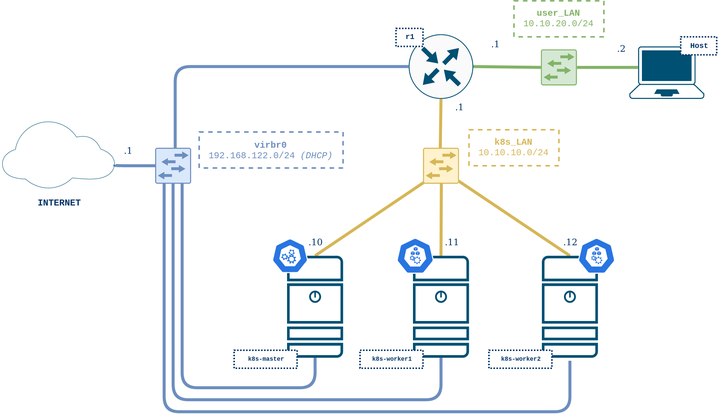
giros-dit/vnx-mec-k8s keeps this draw.io diagram as mec_k8s/docs/scenario.png. Above is the earlier version. Source tidied: cells renumbered, new cells last; positions are measured from the earlier drawing's top-left corner, leaving out a move shared by most shapes.
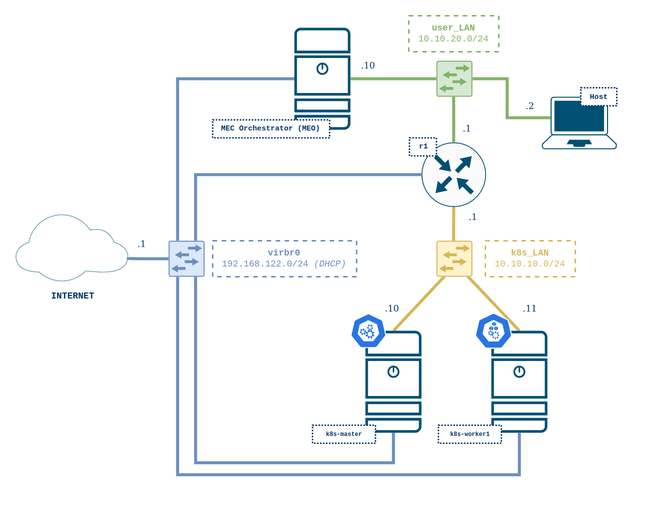
Above is the later version.

What changed in the source:
```diff
@@ -2,108 +2,80 @@
   <root>
     <mxCell id="0" />
     <mxCell id="1" parent="0" />
-    <mxCell id="2" style="edgeStyle=none;jettySize=auto;html=1;exitX=0.5;exitY=0;exitDx=0;exitDy=0;exitPerimeter=0;entryX=0.493;entryY=0.591;entryDx=0;entryDy=0;entryPerimeter=0;endArrow=none;strokeColor=#D6B656;strokeWidth=2;fontFamily=Helvetica;fontSize=12;fontColor=#000000;fillColor=#fff2cc;" parent="1" edge="1" source="4" target="29">
-      <mxGeometry relative="1" as="geometry" />
-    </mxCell>
-    <mxCell id="3" style="edgeStyle=orthogonalEdgeStyle;rounded=1;orthogonalLoop=1;jettySize=auto;html=1;exitX=0.5;exitY=1;exitDx=0;exitDy=0;exitPerimeter=0;entryX=0.25;entryY=0.5;entryDx=0;entryDy=0;entryPerimeter=0;fontSize=12;strokeColor=#6C8EBF;strokeWidth=2;fillColor=#e1d5e7;endArrow=none;" parent="1" edge="1">
-      <mxGeometry relative="1" as="geometry">
-        <mxPoint x="378.7" y="240" as="sourcePoint" />
-        <mxPoint x="108" y="112" as="targetPoint" />
-        <Array as="points">
-          <mxPoint x="379" y="274" />
-          <mxPoint x="108" y="274" />
-        </Array>
-      </mxGeometry>
-    </mxCell>
-    <mxCell id="4" style="points=[[0.015,0.015,0],[0.985,0.015,0],[0.985,0.985,0],[0.015,0.985,0],[0.25,0,0],[0.5,0,0],[0.75,0,0],[1,0.25,0],[1,0.5,0],[1,0.75,0],[0.75,1,0],[0.5,1,0],[0.25,1,0],[0,0.75,0],[0,0.5,0],[0,0.25,0]];verticalLabelPosition=bottom;html=1;verticalAlign=top;align=center;shape=mxgraph.cisco19.server;fillColor=#005073;strokeColor=none;" parent="1" vertex="1">
-      <mxGeometry x="360" y="170" width="37.4" height="68" as="geometry" />
-    </mxCell>
-    <mxCell id="5" style="edgeStyle=none;jettySize=auto;html=1;exitX=1;exitY=0.5;exitDx=0;exitDy=0;exitPerimeter=0;endArrow=none;strokeColor=#82b366;fontFamily=Helvetica;fontSize=12;fontColor=#000000;strokeWidth=2;fillColor=#d5e8d4;entryX=0.631;entryY=0.51;entryDx=0;entryDy=0;entryPerimeter=0;" parent="1" edge="1" source="8" target="30">
-      <mxGeometry relative="1" as="geometry" />
-    </mxCell>
     <mxCell id="6" style="edgeStyle=none;jettySize=auto;html=1;exitX=0.5;exitY=1;exitDx=0;exitDy=0;exitPerimeter=0;entryX=0.473;entryY=0.512;entryDx=0;entryDy=0;entryPerimeter=0;endArrow=none;strokeColor=#d6b656;strokeWidth=2;fontFamily=Helvetica;fontSize=12;fontColor=#000000;fillColor=#fff2cc;" parent="1" edge="1" source="8" target="29">
       <mxGeometry relative="1" as="geometry" />
     </mxCell>
-    <mxCell id="7" style="edgeStyle=orthogonalEdgeStyle;jettySize=auto;html=1;exitX=0;exitY=0.5;exitDx=0;exitDy=0;exitPerimeter=0;entryX=0.558;entryY=0.552;entryDx=0;entryDy=0;entryPerimeter=0;endArrow=none;strokeColor=#6C8EBF;strokeWidth=2;fontFamily=Helvetica;fontSize=12;fontColor=#000000;fillColor=#e1d5e7;" parent="1" edge="1" source="8" target="32">
+    <mxCell id="7" style="edgeStyle=orthogonalEdgeStyle;rounded=0;jettySize=auto;html=1;exitX=0;exitY=0.5;exitDx=0;exitDy=0;exitPerimeter=0;entryX=0.75;entryY=0;entryDx=0;entryDy=0;entryPerimeter=0;fontSize=12;strokeColor=#6C8EBF;strokeWidth=2;fillColor=#e1d5e7;endArrow=none;" parent="1" edge="1" source="8" target="32">
       <mxGeometry relative="1" as="geometry" />
     </mxCell>
     <mxCell id="8" style="points=[[0.5,0,0],[1,0.5,0],[0.5,1,0],[0,0.5,0],[0.145,0.145,0],[0.8555,0.145,0],[0.855,0.8555,0],[0.145,0.855,0]];verticalLabelPosition=bottom;html=1;verticalAlign=top;align=center;shape=mxgraph.cisco19.rect;prIcon=router;fillColor=#FAFAFA;strokeColor=#005073;" parent="1" vertex="1">
-      <mxGeometry x="271.2" y="22.3" width="43.1" height="43.1" as="geometry" />
+      <mxGeometry x="270.7" y="32.4" width="43.1" height="43.1" as="geometry" />
     </mxCell>
     <mxCell id="9" style="edgeStyle=none;jettySize=auto;html=1;exitX=0.5;exitY=0;exitDx=0;exitDy=0;exitPerimeter=0;endArrow=none;strokeColor=#d6b656;strokeWidth=2;fontFamily=Helvetica;fontSize=12;fontColor=#000000;entryX=0.512;entryY=0.611;entryDx=0;entryDy=0;entryPerimeter=0;fillColor=#fff2cc;" parent="1" edge="1" source="11" target="29">
       <mxGeometry relative="1" as="geometry" />
     </mxCell>
-    <mxCell id="10" style="edgeStyle=orthogonalEdgeStyle;rounded=1;jettySize=auto;html=1;exitX=0.5;exitY=1;exitDx=0;exitDy=0;exitPerimeter=0;entryX=0.498;entryY=0.512;entryDx=0;entryDy=0;entryPerimeter=0;endArrow=none;strokeColor=#6C8EBF;strokeWidth=2;fontFamily=Helvetica;fontSize=12;fontColor=#000000;fillColor=#e1d5e7;" parent="1" edge="1" source="11" target="32">
-      <mxGeometry relative="1" as="geometry">
-        <Array as="points">
-          <mxPoint x="293" y="266" />
-          <mxPoint x="114" y="266" />
-        </Array>
-      </mxGeometry>
-    </mxCell>
     <mxCell id="11" style="points=[[0.015,0.015,0],[0.985,0.015,0],[0.985,0.985,0],[0.015,0.985,0],[0.25,0,0],[0.5,0,0],[0.75,0,0],[1,0.25,0],[1,0.5,0],[1,0.75,0],[0.75,1,0],[0.5,1,0],[0.25,1,0],[0,0.75,0],[0,0.5,0],[0,0.25,0]];verticalLabelPosition=bottom;html=1;verticalAlign=top;align=center;shape=mxgraph.cisco19.server;fillColor=#005073;strokeColor=none;" parent="1" vertex="1">
-      <mxGeometry x="274" y="170" width="37.4" height="68" as="geometry" />
+      <mxGeometry x="317.3" y="158" width="37.4" height="68" as="geometry" />
     </mxCell>
     <mxCell id="12" style="edgeStyle=none;jettySize=auto;html=1;exitX=0.5;exitY=0;exitDx=0;exitDy=0;exitPerimeter=0;endArrow=none;strokeColor=#d6b656;strokeWidth=2;fontFamily=Helvetica;fontSize=12;fontColor=#000000;entryX=0.632;entryY=0.552;entryDx=0;entryDy=0;entryPerimeter=0;fillColor=#fff2cc;" parent="1" edge="1" source="14" target="29">
       <mxGeometry relative="1" as="geometry" />
     </mxCell>
-    <mxCell id="13" style="edgeStyle=orthogonalEdgeStyle;rounded=1;jettySize=auto;html=1;exitX=0.5;exitY=1;exitDx=0;exitDy=0;exitPerimeter=0;entryX=0.75;entryY=0.433;entryDx=0;entryDy=0;entryPerimeter=0;endArrow=none;strokeColor=#6C8EBF;strokeWidth=2;fontFamily=Helvetica;fontSize=12;fontColor=#000000;fillColor=#e1d5e7;" parent="1" edge="1" source="14" target="32">
+    <mxCell id="13" style="edgeStyle=orthogonalEdgeStyle;rounded=0;jettySize=auto;html=1;exitX=0.5;exitY=1;exitDx=0;exitDy=0;exitPerimeter=0;entryX=0.75;entryY=0.433;entryDx=0;entryDy=0;entryPerimeter=0;endArrow=none;strokeColor=#6C8EBF;strokeWidth=2;fontFamily=Helvetica;fontSize=12;fontColor=#000000;fillColor=#e1d5e7;" parent="1" edge="1" source="14" target="32">
       <mxGeometry relative="1" as="geometry" />
     </mxCell>
     <mxCell id="14" style="points=[[0.015,0.015,0],[0.985,0.015,0],[0.985,0.985,0],[0.015,0.985,0],[0.25,0,0],[0.5,0,0],[0.75,0,0],[1,0.25,0],[1,0.5,0],[1,0.75,0],[0.75,1,0],[0.5,1,0],[0.25,1,0],[0,0.75,0],[0,0.5,0],[0,0.25,0]];verticalLabelPosition=bottom;html=1;verticalAlign=top;align=center;shape=mxgraph.cisco19.server;fillColor=#005073;strokeColor=none;" parent="1" vertex="1">
-      <mxGeometry x="190" y="170" width="37.4" height="68" as="geometry" />
+      <mxGeometry x="233.3" y="158" width="37.4" height="68" as="geometry" />
     </mxCell>
     <mxCell id="15" value="&lt;p style=&quot;line-height: 100%&quot;&gt;&lt;font style=&quot;font-size: 5px&quot; color=&quot;#003366&quot;&gt;r1&lt;/font&gt;&lt;/p&gt;" style="text;html=1;align=center;verticalAlign=middle;fontSize=5;fontFamily=Courier New;fontStyle=1;fillColor=#ffffff;strokeColor=#003366;dashed=1;dashPattern=1 1;spacing=1;spacingLeft=-3;spacingRight=-3;spacingBottom=-6;spacingTop=-6;" parent="1" vertex="1">
-      <mxGeometry x="262.7" y="18.4" width="18" height="12" as="geometry" />
+      <mxGeometry x="262.7" y="29.4" width="18" height="12" as="geometry" />
     </mxCell>
     <mxCell id="16" style="html=1;dashed=0;whitespace=wrap;fillColor=#2875E2;strokeColor=#ffffff;shape=mxgraph.kubernetes.icon;prIcon=master;fontFamily=Tahoma;fontSize=8;fontColor=#003366;" parent="1" vertex="1">
-      <mxGeometry x="180" y="158" width="24" height="24" as="geometry" />
+      <mxGeometry x="223.3" y="146" width="24" height="24" as="geometry" />
     </mxCell>
     <mxCell id="17" style="html=1;dashed=0;whitespace=wrap;fillColor=#2875E2;strokeColor=#ffffff;shape=mxgraph.kubernetes.icon;prIcon=node;fontFamily=Tahoma;fontSize=8;fontColor=#003366;" parent="1" vertex="1">
-      <mxGeometry x="263" y="158" width="25" height="24" as="geometry" />
+      <mxGeometry x="306.3" y="146" width="25" height="24" as="geometry" />
     </mxCell>
-    <mxCell id="18" style="html=1;dashed=0;whitespace=wrap;fillColor=#2875E2;strokeColor=#ffffff;shape=mxgraph.kubernetes.icon;prIcon=node;fontFamily=Tahoma;fontSize=8;fontColor=#003366;" parent="1" vertex="1">
-      <mxGeometry x="384" y="158" width="25" height="24" as="geometry" />
-    </mxCell>
     <mxCell id="19" value=".1" style="text;html=1;align=center;verticalAlign=middle;fontSize=6;fontFamily=Tahoma;fontColor=#003366;" parent="1" vertex="1">
-      <mxGeometry x="293.4" y="62" width="24" height="18" as="geometry" />
+      <mxGeometry x="293.3" y="72.5" width="24" height="18" as="geometry" />
     </mxCell>
     <mxCell id="20" value=".10" style="text;html=1;align=center;verticalAlign=middle;fontSize=6;fontFamily=Tahoma;fontColor=#003366;" parent="1" vertex="1">
-      <mxGeometry x="196.7" y="152" width="24" height="18" as="geometry" />
+      <mxGeometry x="238.7" y="134" width="24" height="18" as="geometry" />
     </mxCell>
     <mxCell id="21" value=".11" style="text;html=1;align=center;verticalAlign=middle;fontSize=6;fontFamily=Tahoma;fontColor=#003366;" parent="1" vertex="1">
-      <mxGeometry x="288" y="152" width="24" height="18" as="geometry" />
+      <mxGeometry x="331.3" y="134" width="24" height="18" as="geometry" />
     </mxCell>
-    <mxCell id="22" value=".12" style="text;html=1;align=center;verticalAlign=middle;fontSize=6;fontFamily=Tahoma;fontColor=#003366;" parent="1" vertex="1">
-      <mxGeometry x="366.7" y="152" width="24" height="18" as="geometry" />
-    </mxCell>
-    <mxCell id="23" style="edgeStyle=none;jettySize=auto;html=1;exitX=0.115;exitY=0.4;exitDx=0;exitDy=0;exitPerimeter=0;endArrow=none;strokeColor=#82B366;fontFamily=Helvetica;fontSize=12;fontColor=#000000;strokeWidth=2;fillColor=#d5e8d4;" parent="1" edge="1" source="24" target="30">
-      <mxGeometry relative="1" as="geometry" />
-    </mxCell>
     <mxCell id="24" style="points=[[0.13,0.02,0],[0.5,0,0],[0.87,0.02,0],[0.885,0.4,0],[0.985,0.985,0],[0.5,1,0],[0.015,0.985,0],[0.115,0.4,0]];verticalLabelPosition=bottom;html=1;verticalAlign=top;align=center;shape=mxgraph.cisco19.laptop;fillColor=#005073;strokeColor=none;fontFamily=Courier New;fontSize=6;fontColor=#003366;" parent="1" vertex="1">
-      <mxGeometry x="418.3" y="30.4" width="50" height="35" as="geometry" />
+      <mxGeometry x="351" y="2" width="50" height="35" as="geometry" />
     </mxCell>
     <mxCell id="25" value=".1" style="text;html=1;align=center;verticalAlign=middle;fontSize=6;fontFamily=Tahoma;fontColor=#003366;" parent="1" vertex="1">
-      <mxGeometry x="317.4" y="20" width="24" height="18" as="geometry" />
+      <mxGeometry x="289.3" y="14.4" width="24" height="18" as="geometry" />
     </mxCell>
     <mxCell id="26" value=".2" style="text;html=1;align=center;verticalAlign=middle;fontSize=6;fontFamily=Tahoma;fontColor=#003366;" parent="1" vertex="1">
-      <mxGeometry x="401.3" y="23.4" width="24" height="18" as="geometry" />
+      <mxGeometry x="331.3" y="-0.6" width="24" height="18" as="geometry" />
     </mxCell>
     <mxCell id="27" value="&lt;b&gt;user_LAN&lt;/b&gt;&lt;br&gt;&lt;div&gt;10.10.20.0/24&lt;/div&gt;" style="text;html=1;align=center;verticalAlign=middle;fontSize=6;fontFamily=Courier New;fontColor=#82B366;dashed=1;strokeColor=#82B366;" parent="1" vertex="1">
-      <mxGeometry x="341.3" width="60" height="24" as="geometry" />
+      <mxGeometry x="262.2" y="-52" width="60" height="24" as="geometry" />
     </mxCell>
     <mxCell id="28" value="&lt;b&gt;k8s_LAN&lt;/b&gt;&lt;br&gt;&lt;div&gt;10.10.10.0/24&lt;/div&gt;" style="text;html=1;align=center;verticalAlign=middle;fontSize=6;fontFamily=Courier New;fontColor=#D6B656;strokeColor=#D6B656;dashed=1;" parent="1" vertex="1">
-      <mxGeometry x="311.4" y="86" width="60" height="24" as="geometry" />
+      <mxGeometry x="313.3" y="98" width="60" height="24" as="geometry" />
     </mxCell>
     <mxCell id="29" style="points=[[0.015,0.015,0],[0.985,0.015,0],[0.985,0.985,0],[0.015,0.985,0],[0.25,0,0],[0.5,0,0],[0.75,0,0],[1,0.25,0],[1,0.5,0],[1,0.75,0],[0.75,1,0],[0.5,1,0],[0.25,1,0],[0,0.75,0],[0,0.5,0],[0,0.25,0]];verticalLabelPosition=bottom;html=1;verticalAlign=middle;align=center;shape=mxgraph.cisco19.rect;prIcon=l2_switch;fillColor=#fff2cc;strokeColor=#d6b656;fontFamily=Helvetica;fontSize=12;fontColor=#000000;strokeWidth=2;" parent="1" vertex="1">
       <mxGeometry x="280.7" y="98" width="24" height="24" as="geometry" />
     </mxCell>
-    <mxCell id="30" style="points=[[0.015,0.015,0],[0.985,0.015,0],[0.985,0.985,0],[0.015,0.985,0],[0.25,0,0],[0.5,0,0],[0.75,0,0],[1,0.25,0],[1,0.5,0],[1,0.75,0],[0.75,1,0],[0.5,1,0],[0.25,1,0],[0,0.75,0],[0,0.5,0],[0,0.25,0]];verticalLabelPosition=bottom;html=1;verticalAlign=middle;align=center;shape=mxgraph.cisco19.rect;prIcon=l2_switch;fillColor=#d5e8d4;strokeColor=#82B366;fontFamily=Helvetica;fontSize=12;fontColor=#000000;strokeWidth=2;rounded=1;labelBackgroundColor=#ffffff;endArrow=none;" parent="1" vertex="1">
-      <mxGeometry x="359.3" y="32.4" width="24" height="24" as="geometry" />
-    </mxCell>
     <mxCell id="31" style="edgeStyle=orthogonalEdgeStyle;rounded=1;jettySize=auto;html=1;exitX=0;exitY=0.5;exitDx=0;exitDy=0;exitPerimeter=0;entryX=1;entryY=0.65;entryDx=0;entryDy=0;entryPerimeter=0;endArrow=none;strokeColor=#6C8EBF;strokeWidth=2;fontFamily=Helvetica;fontSize=12;fontColor=#000000;fillColor=#e1d5e7;" parent="1" edge="1" source="32" target="33">
       <mxGeometry relative="1" as="geometry" />
     </mxCell>
+    <mxCell id="40" style="edgeStyle=orthogonalEdgeStyle;rounded=0;jettySize=auto;html=1;exitX=0.25;exitY=0;exitDx=0;exitDy=0;exitPerimeter=0;entryX=0;entryY=0.5;entryDx=0;entryDy=0;entryPerimeter=0;fontSize=12;strokeColor=#6C8EBF;strokeWidth=2;fillColor=#e1d5e7;endArrow=none;" parent="1" edge="1" source="32" target="42">
+      <mxGeometry relative="1" as="geometry" />
+    </mxCell>
+    <mxCell id="41" style="edgeStyle=orthogonalEdgeStyle;rounded=0;jettySize=auto;html=1;exitX=0.25;exitY=1;exitDx=0;exitDy=0;exitPerimeter=0;entryX=0.5;entryY=1;entryDx=0;entryDy=0;entryPerimeter=0;fontSize=12;strokeColor=#6C8EBF;strokeWidth=2;fillColor=#e1d5e7;endArrow=none;" parent="1" edge="1" source="32" target="11">
+      <mxGeometry relative="1" as="geometry">
+        <Array as="points">
+          <mxPoint x="108" y="254" />
+          <mxPoint x="336" y="254" />
+        </Array>
+      </mxGeometry>
+    </mxCell>
     <mxCell id="32" style="points=[[0.015,0.015,0],[0.985,0.015,0],[0.985,0.985,0],[0.015,0.985,0],[0.25,0,0],[0.5,0,0],[0.75,0,0],[1,0.25,0],[1,0.5,0],[1,0.75,0],[0.75,1,0],[0.5,1,0],[0.25,1,0],[0,0.75,0],[0,0.5,0],[0,0.25,0]];verticalLabelPosition=bottom;html=1;verticalAlign=middle;align=center;shape=mxgraph.cisco19.rect;prIcon=l2_switch;fillColor=#dae8fc;strokeColor=#6C8EBF;fontFamily=Helvetica;fontSize=12;strokeWidth=2;" parent="1" vertex="1">
       <mxGeometry x="102" y="98" width="24" height="24" as="geometry" />
     </mxCell>
@@ -111,22 +83,40 @@
       <mxGeometry y="80" width="75" height="45" as="geometry" />
     </mxCell>
     <mxCell id="34" value="&lt;b&gt;virbr0&lt;/b&gt;&lt;br&gt;&lt;div&gt;192.168.122.0/24 &lt;i&gt;(DHCP)&lt;/i&gt;&lt;br&gt;&lt;/div&gt;" style="text;html=1;align=center;verticalAlign=middle;fontSize=6;fontFamily=Courier New;fontColor=#6C8EBF;strokeColor=#6C8EBF;dashed=1;" parent="1" vertex="1">
-      <mxGeometry x="131.4" y="87.5" width="96" height="24" as="geometry" />
+      <mxGeometry x="131.4" y="98" width="96" height="24" as="geometry" />
     </mxCell>
     <mxCell id="35" value=".1" style="text;html=1;align=center;verticalAlign=middle;fontSize=6;fontFamily=Tahoma;fontColor=#003366;" parent="1" vertex="1">
       <mxGeometry x="72" y="90.5" width="24" height="18" as="geometry" />
     </mxCell>
     <mxCell id="36" value="&lt;font style=&quot;font-size: 4px;&quot; color=&quot;#003366&quot;&gt;k8s-master&lt;/font&gt;" style="text;html=1;align=center;verticalAlign=middle;fontSize=4;fontFamily=Courier New;fontStyle=1;fillColor=#ffffff;strokeColor=#003366;dashed=1;dashPattern=1 1;" parent="1" vertex="1">
-      <mxGeometry x="154.7" y="233" width="42" height="12" as="geometry" />
+      <mxGeometry x="198" y="221" width="42" height="12" as="geometry" />
     </mxCell>
     <mxCell id="37" value="&lt;font style=&quot;font-size: 4px&quot; color=&quot;#003366&quot;&gt;k8s-worker1&lt;/font&gt;" style="text;html=1;align=center;verticalAlign=middle;fontSize=4;fontFamily=Courier New;fontStyle=1;fillColor=#ffffff;strokeColor=#003366;dashed=1;dashPattern=1 1;" parent="1" vertex="1">
-      <mxGeometry x="238.7" y="233" width="42" height="12" as="geometry" />
+      <mxGeometry x="282" y="221" width="42" height="12" as="geometry" />
     </mxCell>
-    <mxCell id="38" value="&lt;font style=&quot;font-size: 4px&quot; color=&quot;#003366&quot;&gt;k8s-worker2&lt;/font&gt;" style="text;html=1;align=center;verticalAlign=middle;fontSize=4;fontFamily=Courier New;fontStyle=1;fillColor=#ffffff;strokeColor=#003366;dashed=1;dashPattern=1 1;" parent="1" vertex="1">
-      <mxGeometry x="324.7" y="233" width="42" height="12" as="geometry" />
-    </mxCell>
     <mxCell id="39" value="&lt;p style=&quot;line-height: 100%&quot;&gt;&lt;font color=&quot;#003366&quot;&gt;Host&lt;/font&gt;&lt;br&gt;&lt;/p&gt;" style="text;html=1;align=center;verticalAlign=middle;fontSize=5;fontFamily=Courier New;fontStyle=1;fillColor=#ffffff;strokeColor=#003366;dashed=1;dashPattern=1 1;spacing=1;spacingLeft=-3;spacingRight=-3;spacingBottom=-6;spacingTop=-6;" parent="1" vertex="1">
-      <mxGeometry x="452.6" y="24" width="24" height="12" as="geometry" />
+      <mxGeometry x="377" y="-4" width="24" height="12" as="geometry" />
     </mxCell>
+    <mxCell id="42" style="points=[[0.015,0.015,0],[0.985,0.015,0],[0.985,0.985,0],[0.015,0.985,0],[0.25,0,0],[0.5,0,0],[0.75,0,0],[1,0.25,0],[1,0.5,0],[1,0.75,0],[0.75,1,0],[0.5,1,0],[0.25,1,0],[0,0.75,0],[0,0.5,0],[0,0.25,0]];verticalLabelPosition=bottom;html=1;verticalAlign=top;align=center;shape=mxgraph.cisco19.server;fillColor=#005073;strokeColor=none;" parent="1" vertex="1">
+      <mxGeometry x="185.9" y="-44" width="37.4" height="68" as="geometry" />
+    </mxCell>
+    <mxCell id="43" style="edgeStyle=orthogonalEdgeStyle;rounded=0;jettySize=auto;html=1;exitX=0.5;exitY=1;exitDx=0;exitDy=0;exitPerimeter=0;entryX=0.5;entryY=0;entryDx=0;entryDy=0;entryPerimeter=0;fontColor=#000000;fontSize=12;strokeColor=#82B366;strokeWidth=2;fillColor=#d5e8d4;endArrow=none;" parent="1" edge="1" source="46" target="8">
+      <mxGeometry relative="1" as="geometry" />
+    </mxCell>
+    <mxCell id="44" style="edgeStyle=orthogonalEdgeStyle;rounded=0;jettySize=auto;html=1;exitX=0;exitY=0.5;exitDx=0;exitDy=0;exitPerimeter=0;entryX=1;entryY=0.5;entryDx=0;entryDy=0;entryPerimeter=0;fontColor=#000000;fontSize=12;strokeColor=#82B366;strokeWidth=2;fillColor=#d5e8d4;endArrow=none;" parent="1" edge="1" source="46" target="42">
+      <mxGeometry relative="1" as="geometry" />
+    </mxCell>
+    <mxCell id="45" style="edgeStyle=orthogonalEdgeStyle;rounded=0;jettySize=auto;html=1;exitX=1;exitY=0.5;exitDx=0;exitDy=0;exitPerimeter=0;entryX=0.115;entryY=0.4;entryDx=0;entryDy=0;entryPerimeter=0;fontColor=#000000;fontSize=12;strokeColor=#82B366;strokeWidth=2;fillColor=#d5e8d4;endArrow=none;" parent="1" edge="1" source="46" target="24">
+      <mxGeometry relative="1" as="geometry" />
+    </mxCell>
+    <mxCell id="46" style="points=[[0.015,0.015,0],[0.985,0.015,0],[0.985,0.985,0],[0.015,0.985,0],[0.25,0,0],[0.5,0,0],[0.75,0,0],[1,0.25,0],[1,0.5,0],[1,0.75,0],[0.75,1,0],[0.5,1,0],[0.25,1,0],[0,0.75,0],[0,0.5,0],[0,0.25,0]];verticalLabelPosition=bottom;html=1;verticalAlign=middle;align=center;shape=mxgraph.cisco19.rect;prIcon=l2_switch;fillColor=#d5e8d4;strokeColor=#82B366;fontFamily=Helvetica;fontSize=12;fontColor=#000000;strokeWidth=2;rounded=1;labelBackgroundColor=#ffffff;endArrow=none;" parent="1" vertex="1">
+      <mxGeometry x="280.7" y="-22" width="24" height="24" as="geometry" />
+    </mxCell>
+    <mxCell id="47" value="&lt;p style=&quot;line-height: 100%&quot;&gt;&lt;font color=&quot;#003366&quot;&gt;MEC Orchestrator (MEO)&lt;/font&gt;&lt;br&gt;&lt;/p&gt;" style="text;html=1;align=center;verticalAlign=middle;fontSize=5;fontFamily=Courier New;fontStyle=1;fillColor=#ffffff;strokeColor=#003366;dashed=1;dashPattern=1 1;spacing=1;spacingLeft=-3;spacingRight=-3;spacingBottom=-6;spacingTop=-6;" parent="1" vertex="1">
+      <mxGeometry x="131.4" y="17.4" width="78" height="12" as="geometry" />
+    </mxCell>
+    <mxCell id="48" value=".10" style="text;html=1;align=center;verticalAlign=middle;fontSize=6;fontFamily=Tahoma;fontColor=#003366;" parent="1" vertex="1">
+      <mxGeometry x="223.3" y="-28" width="24" height="18" as="geometry" />
+    </mxCell>
   </root>
 </mxGraphModel>
```
